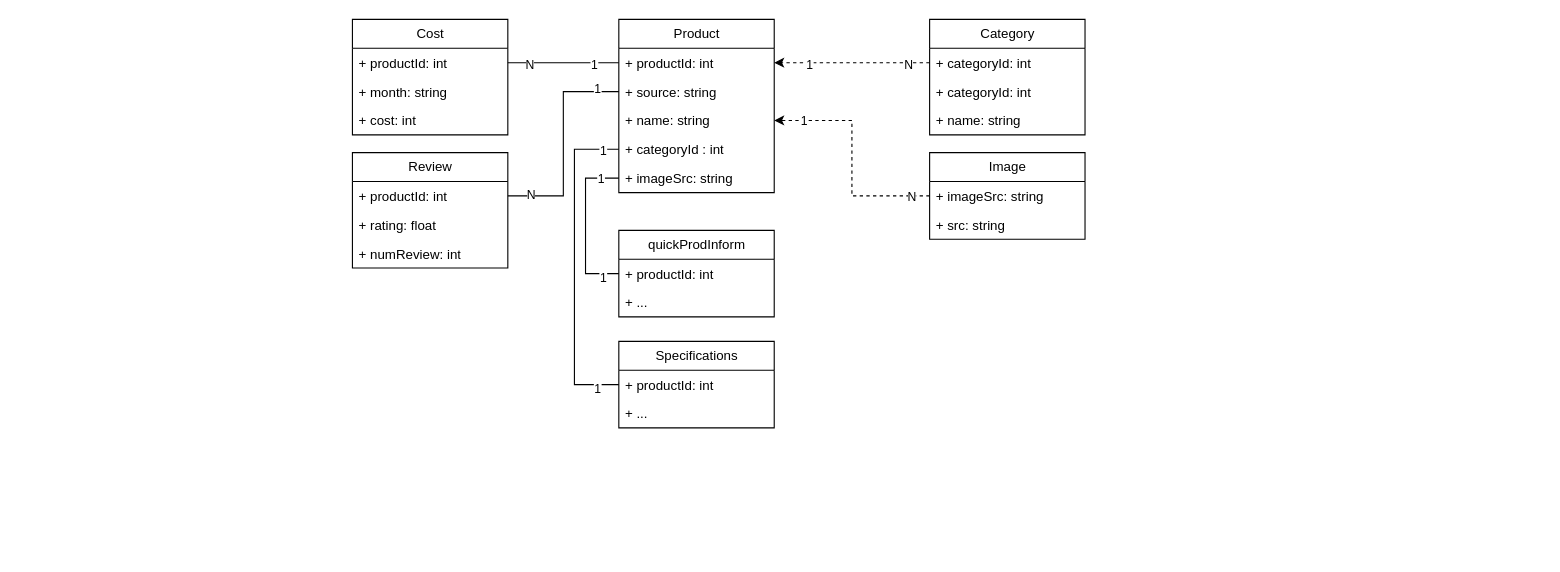
IlyaSannikow/e-catalog.ru keeps this draw.io diagram as Диаграмма БД Товаров.drawio. Above is the earlier version. Source tidied: cells renumbered, new cells numbered last; positions are measured from the earlier drawing's top-left corner, leaving out a move shared by most shapes. Both pictures are drawn from the tidied source at 111%, with x=0, y=0 at pixel (352, 19).
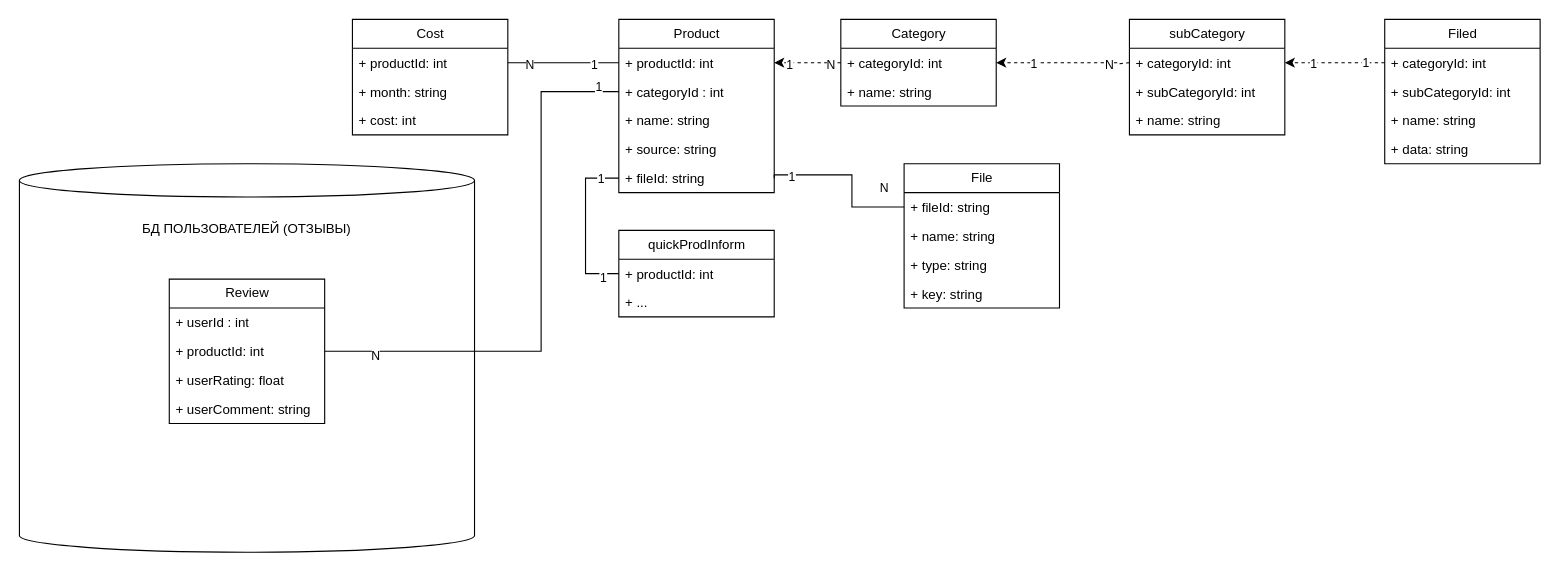
Above is the later version.

The change refers to these unchanged cells:
```xml
<mxCell id="2" value="Product" style="swimlane;fontStyle=0;horizontal=1;startSize=26;fillColor=none;html=1;" parent="1" vertex="1">
  <mxGeometry x="240" width="140" height="156" as="geometry" />
</mxCell>
<mxCell id="12" style="edgeStyle=orthogonalEdgeStyle;rounded=0;jettySize=auto;html=1;exitX=0;exitY=0.5;exitDx=0;exitDy=0;entryX=1;entryY=0.5;entryDx=0;entryDy=0;dashed=1;" parent="1" edge="1" source="9" target="3">
  <mxGeometry relative="1" as="geometry" />
</mxCell>
<mxCell id="42" value="+ productId: int" style="text;strokeColor=none;fillColor=none;align=left;verticalAlign=top;spacingLeft=4;spacingRight=4;overflow=hidden;points=[[0,0.5],[1,0.5]];portConstraint=eastwest;whiteSpace=wrap;html=1;" parent="41" vertex="1">
  <mxGeometry y="26" width="140" height="26" as="geometry" />
</mxCell>
```

The edit, as a diff of the source:
```diff
@@
+    <mxCell id="6" value="+ categoryId : int" style="text;strokeColor=none;fillColor=none;align=left;verticalAlign=top;spacingLeft=4;spacingRight=4;overflow=hidden;points=[[0,0.5],[1,0.5]];portConstraint=eastwest;whiteSpace=wrap;html=1;" parent="2" vertex="1">
+      <mxGeometry y="52" width="140" height="26" as="geometry" />
+    </mxCell>
+    <mxCell id="5" value="+ name: string" style="text;strokeColor=none;fillColor=none;align=left;verticalAlign=top;spacingLeft=4;spacingRight=4;overflow=hidden;points=[[0,0.5],[1,0.5]];portConstraint=eastwest;whiteSpace=wrap;html=1;" parent="2" vertex="1">
+      <mxGeometry y="78" width="140" height="26" as="geometry" />
+    </mxCell>
     <mxCell id="4" value="+ source: string" style="text;strokeColor=none;fillColor=none;align=left;verticalAlign=top;spacingLeft=4;spacingRight=4;overflow=hidden;points=[[0,0.5],[1,0.5]];portConstraint=eastwest;whiteSpace=wrap;html=1;" parent="2" vertex="1">
-      <mxGeometry y="52" width="140" height="26" as="geometry" />
+      <mxGeometry y="104" width="140" height="26" as="geometry" />
     </mxCell>
-    <mxCell id="5" value="+ name: string" style="text;strokeColor=none;fillColor=none;align=left;verticalAlign=top;spacingLeft=4;spacingRight=4;overflow=hidden;points=[[0,0.5],[1,0.5]];portConstraint=eastwest;whiteSpace=wrap;html=1;" parent="2" vertex="1">
-      <mxGeometry y="78" width="140" height="26" as="geometry" />
-    </mxCell>
-    <mxCell id="6" value="+ categoryId : int" style="text;strokeColor=none;fillColor=none;align=left;verticalAlign=top;spacingLeft=4;spacingRight=4;overflow=hidden;points=[[0,0.5],[1,0.5]];portConstraint=eastwest;whiteSpace=wrap;html=1;" parent="2" vertex="1">
-      <mxGeometry y="104" width="140" height="26" as="geometry" />
-    </mxCell>
-    <mxCell id="7" value="+ imageSrc: string" style="text;strokeColor=none;fillColor=none;align=left;verticalAlign=top;spacingLeft=4;spacingRight=4;overflow=hidden;points=[[0,0.5],[1,0.5]];portConstraint=eastwest;whiteSpace=wrap;html=1;" parent="2" vertex="1">
-      <mxGeometry y="130" width="140" height="26" as="geometry" />
-    </mxCell>
+    <mxCell id="47" value="+ fileId: string&lt;br&gt;&lt;br&gt;" style="text;strokeColor=none;fillColor=none;align=left;verticalAlign=top;spacingLeft=4;spacingRight=4;overflow=hidden;points=[[0,0.5],[1,0.5]];portConstraint=eastwest;whiteSpace=wrap;html=1;" parent="2" vertex="1">
+      <mxGeometry y="130" width="140" height="26" as="geometry" />
+    </mxCell>
     <mxCell id="8" value="Category" style="swimlane;fontStyle=0;horizontal=1;startSize=26;fillColor=none;html=1;" parent="1" vertex="1">
-      <mxGeometry x="520" width="140" height="104" as="geometry" />
+      <mxGeometry x="440" width="140" height="78" as="geometry" />
     </mxCell>
@@
-    <mxCell id="10" value="+ categoryId: int" style="text;strokeColor=none;fillColor=none;align=left;verticalAlign=top;spacingLeft=4;spacingRight=4;overflow=hidden;whiteSpace=wrap;html=1;" parent="8" vertex="1">
-      <mxGeometry y="52" width="140" height="26" as="geometry" />
-    </mxCell>
     <mxCell id="11" value="+ name: string" style="text;strokeColor=none;fillColor=none;align=left;verticalAlign=top;spacingLeft=4;spacingRight=4;overflow=hidden;whiteSpace=wrap;html=1;" parent="8" vertex="1">
-      <mxGeometry y="78" width="140" height="26" as="geometry" />
+      <mxGeometry y="52" width="140" height="26" as="geometry" />
     </mxCell>
@@
     <mxCell id="14" value="N" style="edgeLabel;html=1;align=center;verticalAlign=middle;" parent="12" vertex="1">
       <mxGeometry x="-0.43" y="1" relative="1" as="geometry">
-        <mxPoint x="20" as="offset" />
+        <mxPoint x="7" as="offset" />
       </mxGeometry>
     </mxCell>
-    <mxCell id="15" value="Image" style="swimlane;fontStyle=0;horizontal=1;startSize=26;fillColor=none;html=1;" parent="1" vertex="1">
-      <mxGeometry x="520" y="120" width="140" height="78" as="geometry" />
-    </mxCell>
-    <mxCell id="16" value="+ imageSrc: string" style="text;strokeColor=none;fillColor=none;align=left;verticalAlign=top;spacingLeft=4;spacingRight=4;overflow=hidden;points=[[0,0.5],[1,0.5]];portConstraint=eastwest;whiteSpace=wrap;html=1;" parent="15" vertex="1">
-      <mxGeometry y="26" width="140" height="26" as="geometry" />
-    </mxCell>
-    <mxCell id="17" value="+ src: string" style="text;strokeColor=none;fillColor=none;align=left;verticalAlign=top;spacingLeft=4;spacingRight=4;overflow=hidden;whiteSpace=wrap;html=1;" parent="15" vertex="1">
-      <mxGeometry y="52" width="140" height="26" as="geometry" />
-    </mxCell>
-    <mxCell id="18" style="edgeStyle=orthogonalEdgeStyle;rounded=0;jettySize=auto;html=1;exitX=0;exitY=0.5;exitDx=0;exitDy=0;entryX=1;entryY=0.5;entryDx=0;entryDy=0;dashed=1;" parent="1" edge="1" source="16" target="5">
-      <mxGeometry relative="1" as="geometry" />
-    </mxCell>
-    <mxCell id="19" value="1" style="edgeLabel;html=1;align=center;verticalAlign=middle;" parent="18" vertex="1">
-      <mxGeometry x="0.69" y="-2" relative="1" as="geometry">
-        <mxPoint x="-6" y="2" as="offset" />
-      </mxGeometry>
-    </mxCell>
-    <mxCell id="20" value="N" style="edgeLabel;html=1;align=center;verticalAlign=middle;" parent="18" vertex="1">
-      <mxGeometry x="-0.84" relative="1" as="geometry" />
-    </mxCell>
@@
-    <mxCell id="28" value="Review" style="swimlane;fontStyle=0;horizontal=1;startSize=26;fillColor=none;html=1;" parent="1" vertex="1">
-      <mxGeometry y="120" width="140" height="104" as="geometry" />
-    </mxCell>
-    <mxCell id="29" value="+ productId: int" style="text;strokeColor=none;fillColor=none;align=left;verticalAlign=top;spacingLeft=4;spacingRight=4;overflow=hidden;points=[[0,0.5],[1,0.5]];portConstraint=eastwest;whiteSpace=wrap;html=1;" parent="28" vertex="1">
-      <mxGeometry y="26" width="140" height="26" as="geometry" />
-    </mxCell>
-    <mxCell id="30" value="+ rating: float" style="text;strokeColor=none;fillColor=none;align=left;verticalAlign=top;spacingLeft=4;spacingRight=4;overflow=hidden;whiteSpace=wrap;html=1;" parent="28" vertex="1">
-      <mxGeometry y="52" width="140" height="26" as="geometry" />
-    </mxCell>
-    <mxCell id="31" value="+ numReview: int" style="text;strokeColor=none;fillColor=none;align=left;verticalAlign=top;spacingLeft=4;spacingRight=4;overflow=hidden;whiteSpace=wrap;html=1;" parent="28" vertex="1">
-      <mxGeometry y="78" width="140" height="26" as="geometry" />
-    </mxCell>
-    <mxCell id="32" style="edgeStyle=orthogonalEdgeStyle;rounded=0;jettySize=auto;html=1;exitX=0;exitY=0.5;exitDx=0;exitDy=0;entryX=1;entryY=0.5;entryDx=0;entryDy=0;endArrow=none;endFill=0;" parent="1" edge="1" source="4" target="29">
-      <mxGeometry relative="1" as="geometry" />
-    </mxCell>
-    <mxCell id="33" value="1" style="edgeLabel;html=1;align=center;verticalAlign=middle;" parent="32" vertex="1">
-      <mxGeometry x="-0.82" y="-3" relative="1" as="geometry">
-        <mxPoint x="-3" as="offset" />
-      </mxGeometry>
-    </mxCell>
-    <mxCell id="34" value="N" style="edgeLabel;html=1;align=center;verticalAlign=middle;" parent="32" vertex="1">
-      <mxGeometry x="0.87" y="-2" relative="1" as="geometry">
-        <mxPoint x="7" as="offset" />
-      </mxGeometry>
-    </mxCell>
-    <mxCell id="35" value="Specifications" style="swimlane;fontStyle=0;horizontal=1;startSize=26;fillColor=none;html=1;" parent="1" vertex="1">
-      <mxGeometry x="240" y="290" width="140" height="78" as="geometry" />
-    </mxCell>
-    <mxCell id="36" value="+ productId: int" style="text;strokeColor=none;fillColor=none;align=left;verticalAlign=top;spacingLeft=4;spacingRight=4;overflow=hidden;points=[[0,0.5],[1,0.5]];portConstraint=eastwest;whiteSpace=wrap;html=1;" parent="35" vertex="1">
-      <mxGeometry y="26" width="140" height="26" as="geometry" />
-    </mxCell>
-    <mxCell id="37" value="+ ..." style="text;strokeColor=none;fillColor=none;align=left;verticalAlign=top;spacingLeft=4;spacingRight=4;overflow=hidden;whiteSpace=wrap;html=1;" parent="35" vertex="1">
-      <mxGeometry y="52" width="140" height="26" as="geometry" />
-    </mxCell>
-    <mxCell id="38" style="edgeStyle=orthogonalEdgeStyle;rounded=0;jettySize=auto;html=1;exitX=0;exitY=0.5;exitDx=0;exitDy=0;entryX=0;entryY=0.5;entryDx=0;entryDy=0;endArrow=none;endFill=0;" parent="1" edge="1" source="6" target="36">
-      <mxGeometry relative="1" as="geometry">
-        <Array as="points">
-          <mxPoint x="200" y="117" />
-          <mxPoint x="200" y="329" />
-        </Array>
-      </mxGeometry>
-    </mxCell>
-    <mxCell id="39" value="1" style="edgeLabel;html=1;align=center;verticalAlign=middle;" parent="38" vertex="1">
-      <mxGeometry x="-0.9" y="1" relative="1" as="geometry" />
-    </mxCell>
-    <mxCell id="40" value="1" style="edgeLabel;html=1;align=center;verticalAlign=middle;" parent="38" vertex="1">
-      <mxGeometry x="0.86" y="-3" relative="1" as="geometry" />
-    </mxCell>
@@
-    <mxCell id="44" style="edgeStyle=orthogonalEdgeStyle;rounded=0;jettySize=auto;html=1;exitX=0;exitY=0.5;exitDx=0;exitDy=0;entryX=0;entryY=0.5;entryDx=0;entryDy=0;endArrow=none;endFill=0;" parent="1" edge="1" source="7" target="42">
+    <mxCell id="44" style="edgeStyle=orthogonalEdgeStyle;rounded=0;jettySize=auto;html=1;exitX=0;exitY=0.5;exitDx=0;exitDy=0;entryX=0;entryY=0.5;entryDx=0;entryDy=0;endArrow=none;endFill=0;" parent="1" edge="1" target="42">
       <mxGeometry relative="1" as="geometry">
+        <mxPoint x="240" y="143" as="sourcePoint" />
         <Array as="points">
           <mxPoint x="210" y="143" />
           <mxPoint x="210" y="229" />
         </Array>
       </mxGeometry>
     </mxCell>
@@
+    <mxCell id="48" value="File" style="swimlane;fontStyle=0;horizontal=1;startSize=26;fillColor=none;html=1;" parent="1" vertex="1">
+      <mxGeometry x="497" y="130" width="140" height="130" as="geometry" />
+    </mxCell>
+    <mxCell id="49" value="+ fileId: string&lt;br&gt;&lt;br&gt;" style="text;strokeColor=none;fillColor=none;align=left;verticalAlign=top;spacingLeft=4;spacingRight=4;overflow=hidden;points=[[0,0.5],[1,0.5]];portConstraint=eastwest;whiteSpace=wrap;html=1;" parent="48" vertex="1">
+      <mxGeometry y="26" width="140" height="26" as="geometry" />
+    </mxCell>
+    <mxCell id="50" value="+ name: string" style="text;strokeColor=none;fillColor=none;align=left;verticalAlign=top;spacingLeft=4;spacingRight=4;overflow=hidden;whiteSpace=wrap;html=1;" parent="48" vertex="1">
+      <mxGeometry y="52" width="140" height="26" as="geometry" />
+    </mxCell>
+    <mxCell id="51" value="+ type: string" style="text;strokeColor=none;fillColor=none;align=left;verticalAlign=top;spacingLeft=4;spacingRight=4;overflow=hidden;whiteSpace=wrap;html=1;" parent="48" vertex="1">
+      <mxGeometry y="78" width="140" height="26" as="geometry" />
+    </mxCell>
+    <mxCell id="52" value="+ key: string" style="text;strokeColor=none;fillColor=none;align=left;verticalAlign=top;spacingLeft=4;spacingRight=4;overflow=hidden;whiteSpace=wrap;html=1;" parent="48" vertex="1">
+      <mxGeometry y="104" width="140" height="26" as="geometry" />
+    </mxCell>
+    <mxCell id="53" style="edgeStyle=orthogonalEdgeStyle;rounded=0;jettySize=auto;html=1;exitX=1;exitY=0.5;exitDx=0;exitDy=0;entryX=0;entryY=0.5;entryDx=0;entryDy=0;endArrow=none;endFill=0;" parent="1" edge="1" source="47" target="49">
+      <mxGeometry relative="1" as="geometry">
+        <Array as="points">
+          <mxPoint x="380" y="140" />
+          <mxPoint x="450" y="140" />
+          <mxPoint x="450" y="169" />
+        </Array>
+      </mxGeometry>
+    </mxCell>
+    <mxCell id="54" value="1" style="edgeLabel;html=1;align=center;verticalAlign=middle;" parent="53" vertex="1">
+      <mxGeometry x="-0.76" y="-1" relative="1" as="geometry" />
+    </mxCell>
+    <mxCell id="55" value="N" style="edgeLabel;html=1;align=center;verticalAlign=middle;" parent="53" vertex="1">
+      <mxGeometry x="0.77" y="2" relative="1" as="geometry">
+        <mxPoint x="-2" y="-16" as="offset" />
+      </mxGeometry>
+    </mxCell>
+    <mxCell id="56" value="subCategory" style="swimlane;fontStyle=0;horizontal=1;startSize=26;fillColor=none;html=1;" parent="1" vertex="1">
+      <mxGeometry x="700" width="140" height="104" as="geometry" />
+    </mxCell>
+    <mxCell id="57" value="+ categoryId: int" style="text;strokeColor=none;fillColor=none;align=left;verticalAlign=top;spacingLeft=4;spacingRight=4;overflow=hidden;points=[[0,0.5],[1,0.5]];portConstraint=eastwest;whiteSpace=wrap;html=1;" parent="56" vertex="1">
+      <mxGeometry y="26" width="140" height="26" as="geometry" />
+    </mxCell>
+    <mxCell id="58" value="+ subCategoryId: int" style="text;strokeColor=none;fillColor=none;align=left;verticalAlign=top;spacingLeft=4;spacingRight=4;overflow=hidden;whiteSpace=wrap;html=1;" parent="56" vertex="1">
+      <mxGeometry y="52" width="140" height="26" as="geometry" />
+    </mxCell>
+    <mxCell id="59" value="+ name: string" style="text;strokeColor=none;fillColor=none;align=left;verticalAlign=top;spacingLeft=4;spacingRight=4;overflow=hidden;whiteSpace=wrap;html=1;" parent="56" vertex="1">
+      <mxGeometry y="78" width="140" height="26" as="geometry" />
+    </mxCell>
+    <mxCell id="60" style="edgeStyle=orthogonalEdgeStyle;rounded=0;jettySize=auto;html=1;dashed=1;exitX=0;exitY=0.5;exitDx=0;exitDy=0;" parent="1" edge="1" source="57">
+      <mxGeometry relative="1" as="geometry">
+        <mxPoint x="580" y="39" as="targetPoint" />
+        <Array as="points">
+          <mxPoint x="700" y="40" />
+          <mxPoint x="690" y="40" />
+        </Array>
+      </mxGeometry>
+    </mxCell>
+    <mxCell id="61" value="1" style="edgeLabel;html=1;align=center;verticalAlign=middle;" parent="60" vertex="1">
+      <mxGeometry x="0.45" relative="1" as="geometry" />
+    </mxCell>
+    <mxCell id="62" value="N" style="edgeLabel;html=1;align=center;verticalAlign=middle;" parent="60" vertex="1">
+      <mxGeometry x="-0.67" y="1" relative="1" as="geometry" />
+    </mxCell>
+    <mxCell id="63" value="БД ПОЛЬЗОВАТЕЛЕЙ (ОТЗЫВЫ)&lt;br&gt;&lt;br&gt;&lt;br&gt;&lt;br&gt;&lt;br&gt;&lt;br&gt;&lt;br&gt;&lt;br&gt;&lt;br&gt;&lt;br&gt;&lt;br&gt;&lt;br&gt;&lt;br&gt;&lt;br&gt;&lt;br&gt;&lt;br&gt;&lt;br&gt;&lt;br&gt;&lt;br&gt;" style="shape=cylinder3;whiteSpace=wrap;html=1;boundedLbl=1;backgroundOutline=1;size=15;" parent="1" vertex="1">
+      <mxGeometry x="-300" y="130" width="410" height="350" as="geometry" />
+    </mxCell>
+    <mxCell id="28" value="Review" style="swimlane;fontStyle=0;horizontal=1;startSize=26;fillColor=none;html=1;" parent="1" vertex="1">
+      <mxGeometry x="-165" y="234" width="140" height="130" as="geometry" />
+    </mxCell>
+    <mxCell id="64" value="+ userId : int" style="text;strokeColor=none;fillColor=none;align=left;verticalAlign=top;spacingLeft=4;spacingRight=4;overflow=hidden;whiteSpace=wrap;html=1;" parent="28" vertex="1">
+      <mxGeometry y="26" width="140" height="26" as="geometry" />
+    </mxCell>
+    <mxCell id="65" value="+ productId: int" style="text;strokeColor=none;fillColor=none;align=left;verticalAlign=top;spacingLeft=4;spacingRight=4;overflow=hidden;points=[[0,0.5],[1,0.5]];portConstraint=eastwest;whiteSpace=wrap;html=1;" parent="28" vertex="1">
+      <mxGeometry y="52" width="140" height="26" as="geometry" />
+    </mxCell>
+    <mxCell id="66" value="+ userRating: float" style="text;strokeColor=none;fillColor=none;align=left;verticalAlign=top;spacingLeft=4;spacingRight=4;overflow=hidden;whiteSpace=wrap;html=1;" parent="28" vertex="1">
+      <mxGeometry y="78" width="140" height="26" as="geometry" />
+    </mxCell>
+    <mxCell id="67" value="+ userComment: string" style="text;strokeColor=none;fillColor=none;align=left;verticalAlign=top;spacingLeft=4;spacingRight=4;overflow=hidden;whiteSpace=wrap;html=1;" parent="28" vertex="1">
+      <mxGeometry y="104" width="140" height="26" as="geometry" />
+    </mxCell>
+    <mxCell id="68" style="edgeStyle=orthogonalEdgeStyle;rounded=0;orthogonalLoop=1;jettySize=auto;html=1;exitX=1;exitY=0.5;exitDx=0;exitDy=0;" parent="28" edge="1" source="65" target="65">
+      <mxGeometry relative="1" as="geometry" />
+    </mxCell>
+    <mxCell id="69" style="edgeStyle=orthogonalEdgeStyle;rounded=0;jettySize=auto;html=1;exitX=1;exitY=0.5;exitDx=0;exitDy=0;entryX=0;entryY=0.5;entryDx=0;entryDy=0;endArrow=none;endFill=0;" parent="1" edge="1" source="65" target="6">
+      <mxGeometry relative="1" as="geometry">
+        <Array as="points">
+          <mxPoint x="170" y="299" />
+          <mxPoint x="170" y="65" />
+        </Array>
+      </mxGeometry>
+    </mxCell>
+    <mxCell id="70" value="1" style="edgeLabel;html=1;align=center;verticalAlign=middle;" parent="69" vertex="1">
+      <mxGeometry x="0.93" relative="1" as="geometry">
+        <mxPoint x="-2" y="-5" as="offset" />
+      </mxGeometry>
+    </mxCell>
+    <mxCell id="71" value="N" style="edgeLabel;html=1;align=center;verticalAlign=middle;" parent="69" vertex="1">
+      <mxGeometry x="-0.82" y="-3" relative="1" as="geometry" />
+    </mxCell>
+    <mxCell id="72" value="Filed" style="swimlane;fontStyle=0;horizontal=1;startSize=26;fillColor=none;html=1;" parent="1" vertex="1">
+      <mxGeometry x="930" width="140" height="130" as="geometry" />
+    </mxCell>
+    <mxCell id="73" value="+ categoryId: int" style="text;strokeColor=none;fillColor=none;align=left;verticalAlign=top;spacingLeft=4;spacingRight=4;overflow=hidden;points=[[0,0.5],[1,0.5]];portConstraint=eastwest;whiteSpace=wrap;html=1;" parent="72" vertex="1">
+      <mxGeometry y="26" width="140" height="26" as="geometry" />
+    </mxCell>
+    <mxCell id="74" value="+ subCategoryId: int" style="text;strokeColor=none;fillColor=none;align=left;verticalAlign=top;spacingLeft=4;spacingRight=4;overflow=hidden;whiteSpace=wrap;html=1;" parent="72" vertex="1">
+      <mxGeometry y="52" width="140" height="26" as="geometry" />
+    </mxCell>
+    <mxCell id="75" value="+ name: string" style="text;strokeColor=none;fillColor=none;align=left;verticalAlign=top;spacingLeft=4;spacingRight=4;overflow=hidden;whiteSpace=wrap;html=1;" parent="72" vertex="1">
+      <mxGeometry y="78" width="140" height="26" as="geometry" />
+    </mxCell>
+    <mxCell id="76" value="+ data: string" style="text;strokeColor=none;fillColor=none;align=left;verticalAlign=top;spacingLeft=4;spacingRight=4;overflow=hidden;whiteSpace=wrap;html=1;" parent="72" vertex="1">
+      <mxGeometry y="104" width="140" height="26" as="geometry" />
+    </mxCell>
+    <mxCell id="77" style="edgeStyle=orthogonalEdgeStyle;rounded=0;jettySize=auto;html=1;exitX=0;exitY=0.5;exitDx=0;exitDy=0;entryX=1;entryY=0.5;entryDx=0;entryDy=0;dashed=1;" parent="1" edge="1" source="73" target="57">
+      <mxGeometry relative="1" as="geometry" />
+    </mxCell>
+    <mxCell id="78" value="1" style="edgeLabel;html=1;align=center;verticalAlign=middle;" parent="77" vertex="1">
+      <mxGeometry x="0.44" relative="1" as="geometry" />
+    </mxCell>
+    <mxCell id="79" value="1" style="edgeLabel;html=1;align=center;verticalAlign=middle;" parent="77" vertex="1">
+      <mxGeometry x="-0.6" y="-1" relative="1" as="geometry" />
+    </mxCell>
```
